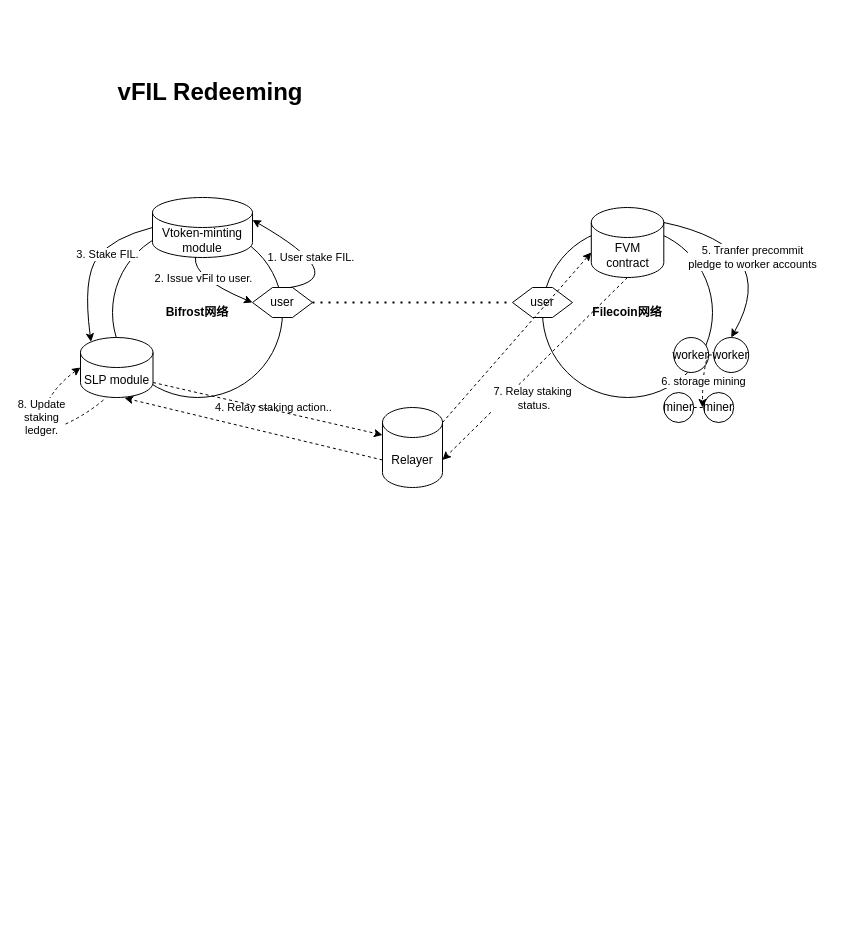
This is vfil-redeeming-fvm.drawio from herryho/flowchars, a draw.io file, before an edit. Source tidied: cells renumbered, new cells numbered last; positions are measured from the earlier drawing's top-left corner, leaving out a move shared by most shapes. Both pictures are drawn from the tidied source at 100%, with x=0, y=0 at pixel (32, 77).
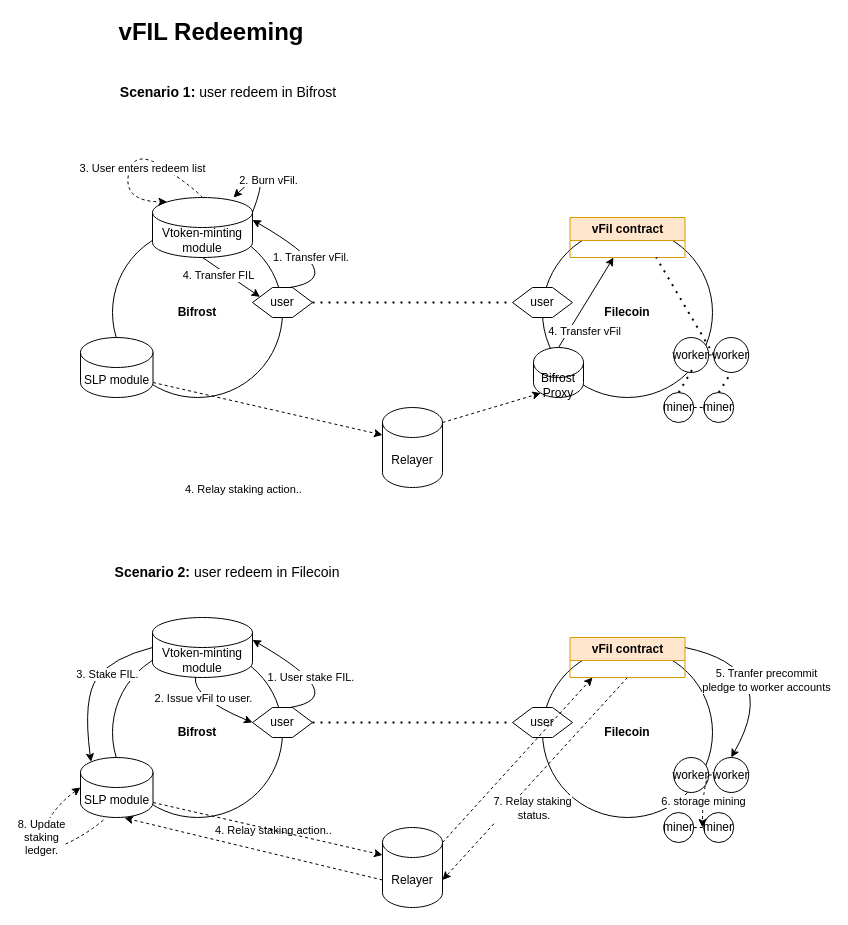
After the change.

Unchanged cells that the change refers to:
```xml
<mxCell id="4" value="user" style="shape=hexagon;perimeter=hexagonPerimeter2;whiteSpace=wrap;html=1;fixedSize=1;" parent="1" vertex="1">
  <mxGeometry x="220" y="210" width="60" height="30" as="geometry" />
</mxCell>
<mxCell id="8" value="worker" style="ellipse;whiteSpace=wrap;html=1;" parent="1" vertex="1">
  <mxGeometry x="641.2" y="260" width="35" height="35" as="geometry" />
</mxCell>
<mxCell id="9" value="SLP module" style="shape=cylinder3;whiteSpace=wrap;html=1;boundedLbl=1;backgroundOutline=1;size=15;" parent="1" vertex="1">
  <mxGeometry x="48" y="260" width="72.5" height="60" as="geometry" />
</mxCell>
<mxCell id="10" value="Relayer" style="shape=cylinder3;whiteSpace=wrap;html=1;boundedLbl=1;backgroundOutline=1;size=15;" parent="1" vertex="1">
  <mxGeometry x="350" y="330" width="60" height="80" as="geometry" />
</mxCell>
<mxCell id="11" value="miner" style="ellipse;whiteSpace=wrap;html=1;" parent="1" vertex="1">
  <mxGeometry x="631.2" y="315" width="30" height="30" as="geometry" />
</mxCell>
<mxCell id="12" value="miner" style="ellipse;whiteSpace=wrap;html=1;" parent="1" vertex="1">
  <mxGeometry x="671.2" y="315" width="30" height="30" as="geometry" />
</mxCell>
<mxCell id="18" value="worker" style="ellipse;whiteSpace=wrap;html=1;" parent="1" vertex="1">
  <mxGeometry x="681.2" y="260" width="35" height="35" as="geometry" />
</mxCell>
<mxCell id="20" value="Vtoken-minting module" style="shape=cylinder3;whiteSpace=wrap;html=1;boundedLbl=1;backgroundOutline=1;size=15;" parent="1" vertex="1">
  <mxGeometry x="120" y="120" width="100" height="60" as="geometry" />
</mxCell>
<mxCell id="21" style="curved=1;endArrow=classic;html=1;rounded=0;entryX=1;entryY=0;entryDx=0;entryDy=22.5;entryPerimeter=0;exitX=0.625;exitY=0;exitDx=0;exitDy=0;" parent="1" edge="1" source="4" target="20">
  <mxGeometry relative="1" as="geometry">
    <Array as="points">
      <mxPoint x="320" y="200" />
    </Array>
  </mxGeometry>
</mxCell>
```

What changed in the source:
```diff
@@
-    <mxCell id="2" value="&lt;b&gt;Bifrost网络&lt;/b&gt;" style="ellipse;whiteSpace=wrap;html=1;" parent="1" vertex="1">
+    <mxCell id="2" value="&lt;b&gt;Bifrost&lt;/b&gt;" style="ellipse;whiteSpace=wrap;html=1;" parent="1" vertex="1">
       <mxGeometry x="80" y="150" width="170" height="170" as="geometry" />
     </mxCell>
-    <mxCell id="3" value="&lt;b&gt;Filecoin网络&lt;/b&gt;" style="ellipse;whiteSpace=wrap;html=1;" parent="1" vertex="1">
+    <mxCell id="3" value="&lt;b&gt;Filecoin&lt;/b&gt;" style="ellipse;whiteSpace=wrap;html=1;" parent="1" vertex="1">
       <mxGeometry x="510" y="150" width="170" height="170" as="geometry" />
     </mxCell>
@@
-    <mxCell id="7" value="FVM contract" style="shape=cylinder3;whiteSpace=wrap;html=1;boundedLbl=1;backgroundOutline=1;size=15;" parent="1" vertex="1">
-      <mxGeometry x="558.8" y="130" width="72.5" height="70" as="geometry" />
-    </mxCell>
@@
-    <mxCell id="14" style="endArrow=classic;html=1;rounded=0;dashed=1;entryX=0;entryY=0;entryDx=0;entryDy=45;entryPerimeter=0;exitX=1;exitY=0;exitDx=0;exitDy=15;exitPerimeter=0;" parent="1" edge="1" source="10" target="7">
+    <mxCell id="14" style="endArrow=classic;html=1;rounded=0;dashed=1;exitX=1;exitY=0;exitDx=0;exitDy=15;exitPerimeter=0;entryX=0.145;entryY=1;entryDx=0;entryDy=-4.35;entryPerimeter=0;" parent="1" edge="1" source="10" target="74">
       <mxGeometry relative="1" as="geometry" />
     </mxCell>
@@
     <mxCell id="17" value="vFIL Redeeming" style="text;html=1;strokeColor=none;fillColor=none;align=center;verticalAlign=middle;whiteSpace=wrap;rounded=0;fontStyle=1;fontSize=24;" parent="1" vertex="1">
-      <mxGeometry x="48" width="260" height="30" as="geometry" />
+      <mxGeometry x="49" y="-60" width="260" height="30" as="geometry" />
     </mxCell>
@@
-    <mxCell id="22" value="1. User stake FIL.&amp;nbsp;" style="edgeLabel;html=1;align=center;verticalAlign=middle;" parent="21" vertex="1">
+    <mxCell id="22" value="1. Transfer vFil.&amp;nbsp;" style="edgeLabel;html=1;align=center;verticalAlign=middle;" parent="21" vertex="1">
       <mxGeometry x="0.65" y="3" relative="1" as="geometry">
         <mxPoint x="34" y="19" as="offset" />
       </mxGeometry>
     </mxCell>
+    <mxCell id="36" value="vFil contract" style="swimlane;whiteSpace=wrap;html=1;fillColor=#ffe6cc;strokeColor=#d79b00;" parent="1" vertex="1">
+      <mxGeometry x="537.5" y="140" width="115" height="40" as="geometry" />
+    </mxCell>
+    <mxCell id="37" value="&lt;font style=&quot;font-size: 14px;&quot;&gt;&lt;b&gt;Scenario 1:&lt;/b&gt; user redeem in Bifrost&lt;/font&gt;" style="text;html=1;strokeColor=none;fillColor=none;align=center;verticalAlign=middle;whiteSpace=wrap;rounded=0;" parent="1" vertex="1">
+      <mxGeometry x="81" width="230" height="30" as="geometry" />
+    </mxCell>
+    <mxCell id="38" value="&lt;b&gt;Bifrost&lt;/b&gt;" style="ellipse;whiteSpace=wrap;html=1;" parent="1" vertex="1">
+      <mxGeometry x="80" y="570" width="170" height="170" as="geometry" />
+    </mxCell>
+    <mxCell id="39" value="&lt;b&gt;Filecoin&lt;/b&gt;" style="ellipse;whiteSpace=wrap;html=1;" parent="1" vertex="1">
+      <mxGeometry x="510" y="570" width="170" height="170" as="geometry" />
+    </mxCell>
+    <mxCell id="40" value="user" style="shape=hexagon;perimeter=hexagonPerimeter2;whiteSpace=wrap;html=1;fixedSize=1;" parent="1" vertex="1">
+      <mxGeometry x="220" y="630" width="60" height="30" as="geometry" />
+    </mxCell>
+    <mxCell id="41" value="user" style="shape=hexagon;perimeter=hexagonPerimeter2;whiteSpace=wrap;html=1;fixedSize=1;" parent="1" vertex="1">
+      <mxGeometry x="480" y="630" width="60" height="30" as="geometry" />
+    </mxCell>
+    <mxCell id="42" style="endArrow=none;dashed=1;html=1;dashPattern=1 3;strokeWidth=2;rounded=0;exitX=1;exitY=0.5;exitDx=0;exitDy=0;entryX=0;entryY=0.5;entryDx=0;entryDy=0;" parent="1" edge="1" source="40" target="41">
+      <mxGeometry relative="1" as="geometry" />
+    </mxCell>
+    <mxCell id="43" value="worker" style="ellipse;whiteSpace=wrap;html=1;" parent="1" vertex="1">
+      <mxGeometry x="641.2" y="680" width="35" height="35" as="geometry" />
+    </mxCell>
+    <mxCell id="44" value="SLP module" style="shape=cylinder3;whiteSpace=wrap;html=1;boundedLbl=1;backgroundOutline=1;size=15;" parent="1" vertex="1">
+      <mxGeometry x="48" y="680" width="72.5" height="60" as="geometry" />
+    </mxCell>
+    <mxCell id="45" value="Relayer" style="shape=cylinder3;whiteSpace=wrap;html=1;boundedLbl=1;backgroundOutline=1;size=15;" parent="1" vertex="1">
+      <mxGeometry x="350" y="750" width="60" height="80" as="geometry" />
+    </mxCell>
+    <mxCell id="46" value="miner" style="ellipse;whiteSpace=wrap;html=1;" parent="1" vertex="1">
+      <mxGeometry x="631.2" y="735" width="30" height="30" as="geometry" />
+    </mxCell>
+    <mxCell id="47" value="miner" style="ellipse;whiteSpace=wrap;html=1;" parent="1" vertex="1">
+      <mxGeometry x="671.2" y="735" width="30" height="30" as="geometry" />
+    </mxCell>
+    <mxCell id="48" style="endArrow=none;dashed=1;html=1;rounded=0;exitX=1;exitY=0.5;exitDx=0;exitDy=0;" parent="1" edge="1" source="46">
+      <mxGeometry relative="1" as="geometry">
+        <mxPoint x="671.2" y="750" as="targetPoint" />
+      </mxGeometry>
+    </mxCell>
+    <mxCell id="49" style="endArrow=classic;html=1;rounded=0;dashed=1;exitX=1;exitY=0;exitDx=0;exitDy=15;exitPerimeter=0;" parent="1" edge="1" source="45">
+      <mxGeometry relative="1" as="geometry">
+        <mxPoint x="560" y="600" as="targetPoint" />
+      </mxGeometry>
+    </mxCell>
+    <mxCell id="50" value="4. Relay staking action.." style="edgeLabel;html=1;align=center;verticalAlign=middle;" parent="49" vertex="1">
+      <mxGeometry x="0.15" y="-1" relative="1" as="geometry">
+        <mxPoint x="-256" y="82" as="offset" />
+      </mxGeometry>
+    </mxCell>
+    <mxCell id="51" style="endArrow=classic;html=1;rounded=0;dashed=1;entryX=0;entryY=0;entryDx=0;entryDy=27.5;entryPerimeter=0;exitX=1;exitY=1;exitDx=0;exitDy=-15;exitPerimeter=0;" parent="1" edge="1" source="44" target="45">
+      <mxGeometry relative="1" as="geometry" />
+    </mxCell>
+    <mxCell id="52" value="worker" style="ellipse;whiteSpace=wrap;html=1;" parent="1" vertex="1">
+      <mxGeometry x="681.2" y="680" width="35" height="35" as="geometry" />
+    </mxCell>
+    <mxCell id="53" style="endArrow=none;dashed=1;html=1;rounded=0;exitX=1;exitY=0.5;exitDx=0;exitDy=0;entryX=0;entryY=0.5;entryDx=0;entryDy=0;" parent="1" edge="1" source="43" target="52">
+      <mxGeometry relative="1" as="geometry" />
+    </mxCell>
+    <mxCell id="54" value="Vtoken-minting module" style="shape=cylinder3;whiteSpace=wrap;html=1;boundedLbl=1;backgroundOutline=1;size=15;" parent="1" vertex="1">
+      <mxGeometry x="120" y="540" width="100" height="60" as="geometry" />
+    </mxCell>
+    <mxCell id="55" style="curved=1;endArrow=classic;html=1;rounded=0;entryX=1;entryY=0;entryDx=0;entryDy=22.5;entryPerimeter=0;exitX=0.625;exitY=0;exitDx=0;exitDy=0;" parent="1" edge="1" source="40" target="54">
+      <mxGeometry relative="1" as="geometry">
+        <Array as="points">
+          <mxPoint x="320" y="620" />
+        </Array>
+      </mxGeometry>
+    </mxCell>
+    <mxCell id="56" value="1. User stake FIL.&amp;nbsp;" style="edgeLabel;html=1;align=center;verticalAlign=middle;" parent="55" vertex="1">
+      <mxGeometry x="0.65" y="3" relative="1" as="geometry">
+        <mxPoint x="34" y="19" as="offset" />
+      </mxGeometry>
+    </mxCell>
+    <mxCell id="57" style="curved=1;endArrow=classic;html=1;rounded=0;exitX=0.43;exitY=0.992;exitDx=0;exitDy=0;exitPerimeter=0;entryX=0;entryY=0.5;entryDx=0;entryDy=0;" parent="1" edge="1" source="54" target="40">
+      <mxGeometry relative="1" as="geometry">
+        <Array as="points">
+          <mxPoint x="160" y="620" />
+        </Array>
+      </mxGeometry>
+    </mxCell>
+    <mxCell id="24" value="2. Issue vFil to user." style="edgeLabel;html=1;align=center;verticalAlign=middle;" parent="57" vertex="1">
+      <mxGeometry x="-0.35" y="7" relative="1" as="geometry">
+        <mxPoint x="1" y="4" as="offset" />
+      </mxGeometry>
+    </mxCell>
+    <mxCell id="58" style="curved=1;endArrow=classic;html=1;rounded=0;exitX=0;exitY=0.5;exitDx=0;exitDy=0;exitPerimeter=0;entryX=0.145;entryY=0;entryDx=0;entryDy=4.35;entryPerimeter=0;" parent="1" edge="1" source="54" target="44">
+      <mxGeometry relative="1" as="geometry">
+        <Array as="points">
+          <mxPoint x="80" y="580" />
+          <mxPoint x="50" y="620" />
+        </Array>
+      </mxGeometry>
+    </mxCell>
+    <mxCell id="26" value="3. Stake FIL." style="edgeLabel;html=1;align=center;verticalAlign=middle;" parent="58" vertex="1">
+      <mxGeometry x="-0.26" y="6" relative="1" as="geometry">
+        <mxPoint y="-1" as="offset" />
+      </mxGeometry>
+    </mxCell>
+    <mxCell id="59" style="curved=1;endArrow=classic;html=1;rounded=0;exitX=1;exitY=0.25;exitDx=0;exitDy=0;entryX=0.5;entryY=0;entryDx=0;entryDy=0;" parent="1" edge="1" source="64" target="52">
+      <mxGeometry relative="1" as="geometry">
+        <Array as="points">
+          <mxPoint x="750" y="590" />
+        </Array>
+      </mxGeometry>
+    </mxCell>
+    <mxCell id="28" value="5. Tranfer precommit&lt;br&gt;pledge to worker accounts" style="edgeLabel;html=1;align=center;verticalAlign=middle;" parent="59" vertex="1">
+      <mxGeometry x="-0.31" y="-18" relative="1" as="geometry">
+        <mxPoint x="16" y="1" as="offset" />
+      </mxGeometry>
+    </mxCell>
+    <mxCell id="60" style="curved=1;endArrow=classic;html=1;rounded=0;exitX=1;exitY=0.5;exitDx=0;exitDy=0;dashed=1;" parent="1" edge="1" source="43">
+      <mxGeometry relative="1" as="geometry">
+        <mxPoint x="670" y="750" as="targetPoint" />
+        <Array as="points">
+          <mxPoint x="670" y="710" />
+        </Array>
+      </mxGeometry>
+    </mxCell>
+    <mxCell id="30" value="6. storage mining" style="edgeLabel;html=1;align=center;verticalAlign=middle;" parent="60" vertex="1">
+      <mxGeometry relative="1" as="geometry" />
+    </mxCell>
+    <mxCell id="61" style="endArrow=classic;html=1;rounded=0;dashed=1;exitX=0.5;exitY=1;exitDx=0;exitDy=0;entryX=1;entryY=0;entryDx=0;entryDy=52.5;entryPerimeter=0;" parent="1" edge="1" source="64" target="45">
+      <mxGeometry relative="1" as="geometry" />
+    </mxCell>
+    <mxCell id="32" value="7. Relay staking&lt;br&gt;&amp;nbsp;status." style="edgeLabel;html=1;align=center;verticalAlign=middle;" parent="61" vertex="1">
+      <mxGeometry x="0.01" y="3" relative="1" as="geometry">
+        <mxPoint x="-4" y="26" as="offset" />
+      </mxGeometry>
+    </mxCell>
+    <mxCell id="62" style="endArrow=classic;html=1;rounded=0;dashed=1;exitX=0;exitY=0;exitDx=0;exitDy=52.5;exitPerimeter=0;entryX=0.607;entryY=1.008;entryDx=0;entryDy=0;entryPerimeter=0;" parent="1" edge="1" source="45" target="44">
+      <mxGeometry relative="1" as="geometry" />
+    </mxCell>
+    <mxCell id="63" style="curved=1;endArrow=classic;html=1;rounded=0;dashed=1;entryX=0;entryY=0.5;entryDx=0;entryDy=0;entryPerimeter=0;exitX=0.317;exitY=1.042;exitDx=0;exitDy=0;exitPerimeter=0;" parent="1" edge="1" source="44" target="44">
+      <mxGeometry relative="1" as="geometry">
+        <Array as="points">
+          <mxPoint x="50" y="760" />
+          <mxPoint y="780" />
+          <mxPoint x="20" y="730" />
+        </Array>
+      </mxGeometry>
+    </mxCell>
+    <mxCell id="35" value="8. Update&lt;br&gt;staking&lt;br&gt;ledger." style="edgeLabel;html=1;align=center;verticalAlign=middle;" parent="63" vertex="1">
+      <mxGeometry x="0.1" y="-5" relative="1" as="geometry">
+        <mxPoint x="-1" y="-11" as="offset" />
+      </mxGeometry>
+    </mxCell>
+    <mxCell id="64" value="vFil contract" style="swimlane;whiteSpace=wrap;html=1;fillColor=#ffe6cc;strokeColor=#d79b00;" parent="1" vertex="1">
+      <mxGeometry x="537.5" y="560" width="115" height="40" as="geometry" />
+    </mxCell>
+    <mxCell id="65" value="&lt;font style=&quot;font-size: 14px;&quot;&gt;&lt;b&gt;Scenario 2:&lt;/b&gt; user redeem in Filecoin&lt;/font&gt;" style="text;html=1;strokeColor=none;fillColor=none;align=center;verticalAlign=middle;whiteSpace=wrap;rounded=0;" parent="1" vertex="1">
+      <mxGeometry x="80" y="480" width="230" height="30" as="geometry" />
+    </mxCell>
+    <mxCell id="66" style="curved=1;endArrow=classic;html=1;rounded=0;exitX=1;exitY=0;exitDx=0;exitDy=15;exitPerimeter=0;" parent="1" edge="1" source="20">
+      <mxGeometry relative="1" as="geometry">
+        <mxPoint x="201" y="120" as="targetPoint" />
+        <Array as="points">
+          <mxPoint x="241" y="80" />
+        </Array>
+      </mxGeometry>
+    </mxCell>
+    <mxCell id="67" value="2. Burn vFil." style="edgeLabel;html=1;align=center;verticalAlign=middle;" parent="66" vertex="1">
+      <mxGeometry x="0.33" y="4" relative="1" as="geometry">
+        <mxPoint x="4" y="7" as="offset" />
+      </mxGeometry>
+    </mxCell>
+    <mxCell id="68" style="curved=1;endArrow=classic;html=1;rounded=0;exitX=0.5;exitY=0;exitDx=0;exitDy=0;exitPerimeter=0;entryX=0.145;entryY=0;entryDx=0;entryDy=4.35;entryPerimeter=0;dashed=1;" parent="1" edge="1" source="20" target="20">
+      <mxGeometry relative="1" as="geometry">
+        <Array as="points">
+          <mxPoint x="161" y="110" />
+          <mxPoint x="101" y="70" />
+          <mxPoint x="91" y="124" />
+        </Array>
+      </mxGeometry>
+    </mxCell>
+    <mxCell id="69" value="3. User enters redeem list" style="edgeLabel;html=1;align=center;verticalAlign=middle;" parent="68" vertex="1">
+      <mxGeometry x="-0.2" y="2" relative="1" as="geometry">
+        <mxPoint y="12" as="offset" />
+      </mxGeometry>
+    </mxCell>
-    <mxCell id="23" style="curved=1;endArrow=classic;html=1;rounded=0;exitX=0.43;exitY=0.992;exitDx=0;exitDy=0;exitPerimeter=0;entryX=0;entryY=0.5;entryDx=0;entryDy=0;" parent="1" edge="1" source="20" target="4">
-      <mxGeometry relative="1" as="geometry">
-        <Array as="points">
-          <mxPoint x="160" y="200" />
-        </Array>
-      </mxGeometry>
+    <mxCell id="23" style="endArrow=classic;html=1;rounded=0;exitX=0.5;exitY=1;exitDx=0;exitDy=0;exitPerimeter=0;entryX=0;entryY=0.25;entryDx=0;entryDy=0;" parent="1" edge="1" source="20" target="4">
+      <mxGeometry relative="1" as="geometry" />
     </mxCell>
-    <mxCell id="24" value="2. Issue vFil to user." style="edgeLabel;html=1;align=center;verticalAlign=middle;" parent="23" vertex="1">
-      <mxGeometry x="-0.35" y="7" relative="1" as="geometry">
-        <mxPoint x="1" y="4" as="offset" />
-      </mxGeometry>
-    </mxCell>
-    <mxCell id="25" style="curved=1;endArrow=classic;html=1;rounded=0;exitX=0;exitY=0.5;exitDx=0;exitDy=0;exitPerimeter=0;entryX=0.145;entryY=0;entryDx=0;entryDy=4.35;entryPerimeter=0;" parent="1" edge="1" source="20" target="9">
-      <mxGeometry relative="1" as="geometry">
-        <Array as="points">
-          <mxPoint x="80" y="160" />
-          <mxPoint x="50" y="200" />
-        </Array>
-      </mxGeometry>
-    </mxCell>
-    <mxCell id="26" value="3. Stake FIL." style="edgeLabel;html=1;align=center;verticalAlign=middle;" parent="25" vertex="1">
-      <mxGeometry x="-0.26" y="6" relative="1" as="geometry">
-        <mxPoint y="-1" as="offset" />
-      </mxGeometry>
-    </mxCell>
-    <mxCell id="27" style="curved=1;endArrow=classic;html=1;rounded=0;exitX=1;exitY=0;exitDx=0;exitDy=15;exitPerimeter=0;entryX=0.5;entryY=0;entryDx=0;entryDy=0;" parent="1" edge="1" source="7" target="18">
-      <mxGeometry relative="1" as="geometry">
-        <Array as="points">
-          <mxPoint x="750" y="170" />
-        </Array>
-      </mxGeometry>
-    </mxCell>
-    <mxCell id="28" value="5. Tranfer precommit&lt;br&gt;pledge to worker accounts" style="edgeLabel;html=1;align=center;verticalAlign=middle;" parent="27" vertex="1">
-      <mxGeometry x="-0.31" y="-18" relative="1" as="geometry">
-        <mxPoint x="16" y="1" as="offset" />
-      </mxGeometry>
-    </mxCell>
-    <mxCell id="29" style="curved=1;endArrow=classic;html=1;rounded=0;exitX=1;exitY=0.5;exitDx=0;exitDy=0;dashed=1;" parent="1" edge="1" source="8">
-      <mxGeometry relative="1" as="geometry">
-        <mxPoint x="670" y="330" as="targetPoint" />
-        <Array as="points">
-          <mxPoint x="670" y="290" />
-        </Array>
-      </mxGeometry>
-    </mxCell>
-    <mxCell id="30" value="6. storage mining" style="edgeLabel;html=1;align=center;verticalAlign=middle;" parent="29" vertex="1">
-      <mxGeometry relative="1" as="geometry" />
-    </mxCell>
-    <mxCell id="31" style="endArrow=classic;html=1;rounded=0;dashed=1;exitX=0.5;exitY=1;exitDx=0;exitDy=0;exitPerimeter=0;entryX=1;entryY=0;entryDx=0;entryDy=52.5;entryPerimeter=0;" parent="1" edge="1" source="7" target="10">
-      <mxGeometry relative="1" as="geometry" />
-    </mxCell>
-    <mxCell id="32" value="7. Relay staking&lt;br&gt;&amp;nbsp;status." style="edgeLabel;html=1;align=center;verticalAlign=middle;" parent="31" vertex="1">
-      <mxGeometry x="0.01" y="3" relative="1" as="geometry">
-        <mxPoint x="-4" y="26" as="offset" />
-      </mxGeometry>
-    </mxCell>
-    <mxCell id="33" style="endArrow=classic;html=1;rounded=0;dashed=1;exitX=0;exitY=0;exitDx=0;exitDy=52.5;exitPerimeter=0;entryX=0.607;entryY=1.008;entryDx=0;entryDy=0;entryPerimeter=0;" parent="1" edge="1" source="10" target="9">
-      <mxGeometry relative="1" as="geometry" />
-    </mxCell>
-    <mxCell id="34" style="curved=1;endArrow=classic;html=1;rounded=0;dashed=1;entryX=0;entryY=0.5;entryDx=0;entryDy=0;entryPerimeter=0;exitX=0.317;exitY=1.042;exitDx=0;exitDy=0;exitPerimeter=0;" parent="1" edge="1" source="9" target="9">
-      <mxGeometry relative="1" as="geometry">
-        <Array as="points">
-          <mxPoint x="50" y="340" />
-          <mxPoint y="360" />
-          <mxPoint x="20" y="310" />
-        </Array>
-      </mxGeometry>
-    </mxCell>
-    <mxCell id="35" value="8. Update&lt;br&gt;staking&lt;br&gt;ledger." style="edgeLabel;html=1;align=center;verticalAlign=middle;" parent="34" vertex="1">
-      <mxGeometry x="0.1" y="-5" relative="1" as="geometry">
-        <mxPoint x="-1" y="-11" as="offset" />
-      </mxGeometry>
-    </mxCell>
+    <mxCell id="70" value="4. Transfer FIL" style="edgeLabel;html=1;align=center;verticalAlign=middle;" parent="23" vertex="1">
+      <mxGeometry x="-0.46" y="-1" relative="1" as="geometry">
+        <mxPoint y="6" as="offset" />
+      </mxGeometry>
+    </mxCell>
+    <mxCell id="71" style="endArrow=none;dashed=1;html=1;dashPattern=1 3;strokeWidth=2;rounded=0;exitX=0.5;exitY=0;exitDx=0;exitDy=0;" parent="1" edge="1" source="11">
+      <mxGeometry relative="1" as="geometry">
+        <mxPoint x="661" y="290" as="targetPoint" />
+      </mxGeometry>
+    </mxCell>
+    <mxCell id="72" style="endArrow=none;dashed=1;html=1;dashPattern=1 3;strokeWidth=2;rounded=0;entryX=0.5;entryY=1;entryDx=0;entryDy=0;exitX=0.5;exitY=0;exitDx=0;exitDy=0;" parent="1" edge="1" source="12" target="18">
+      <mxGeometry relative="1" as="geometry" />
+    </mxCell>
+    <mxCell id="73" style="endArrow=none;dashed=1;html=1;dashPattern=1 3;strokeWidth=2;rounded=0;entryX=0.75;entryY=1;entryDx=0;entryDy=0;exitX=0;exitY=0.5;exitDx=0;exitDy=0;" parent="1" edge="1" source="18" target="36">
+      <mxGeometry relative="1" as="geometry" />
+    </mxCell>
+    <mxCell id="74" value="Bifrost&lt;br&gt;Proxy" style="shape=cylinder3;whiteSpace=wrap;html=1;boundedLbl=1;backgroundOutline=1;size=15;" parent="1" vertex="1">
+      <mxGeometry x="501" y="270" width="50" height="50" as="geometry" />
+    </mxCell>
+    <mxCell id="75" style="endArrow=classic;html=1;rounded=0;exitX=0.5;exitY=0;exitDx=0;exitDy=0;exitPerimeter=0;" parent="1" edge="1" source="74">
+      <mxGeometry relative="1" as="geometry">
+        <mxPoint x="581" y="180" as="targetPoint" />
+      </mxGeometry>
+    </mxCell>
+    <mxCell id="76" value="4. Transfer vFil" style="edgeLabel;html=1;align=center;verticalAlign=middle;" parent="75" vertex="1">
+      <mxGeometry x="-0.63" y="-1" relative="1" as="geometry">
+        <mxPoint x="14" as="offset" />
+      </mxGeometry>
+    </mxCell>
```
